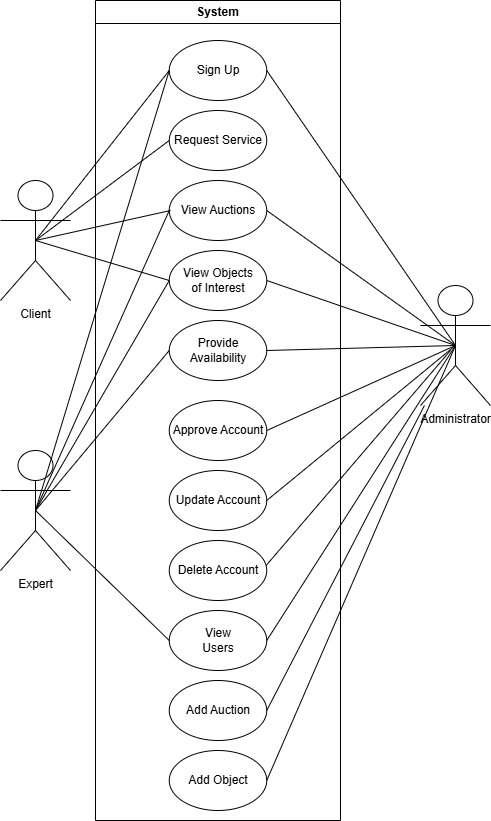
Before: artifacts/UseCaseDiagram/UseCaseDiagram.png, a diagram exported from draw.io (benjaminsunliu/chillmates-soen-342). Source tidied: cells renumbered, new cells last; positions are measured from the earlier drawing's top-left corner, leaving out a move shared by most shapes. The source it was exported from:
```xml
<mxGraphModel>
  <root>
    <mxCell id="0" />
    <mxCell id="1" parent="0" />
    <mxCell id="2" value="System" style="swimlane;whiteSpace=wrap;html=1;" parent="1" vertex="1">
      <mxGeometry x="95" width="245" height="820" as="geometry" />
    </mxCell>
    <mxCell id="3" value="Sign Up" style="ellipse;whiteSpace=wrap;html=1;" parent="2" vertex="1">
      <mxGeometry x="73.8" y="40" width="97.5" height="60" as="geometry" />
    </mxCell>
    <mxCell id="4" value="Request Service" style="ellipse;whiteSpace=wrap;html=1;" parent="2" vertex="1">
      <mxGeometry x="73.8" y="110" width="97.5" height="60" as="geometry" />
    </mxCell>
    <mxCell id="5" value="View Auctions" style="ellipse;whiteSpace=wrap;html=1;" parent="2" vertex="1">
      <mxGeometry x="73.8" y="180" width="97.5" height="60" as="geometry" />
    </mxCell>
    <mxCell id="6" value="View Objects&lt;div&gt;of Interest&lt;/div&gt;" style="ellipse;whiteSpace=wrap;html=1;" parent="2" vertex="1">
      <mxGeometry x="73.8" y="250" width="97.5" height="60" as="geometry" />
    </mxCell>
    <mxCell id="7" value="Approve Account" style="ellipse;whiteSpace=wrap;html=1;" parent="2" vertex="1">
      <mxGeometry x="73.8" y="400" width="97.5" height="60" as="geometry" />
    </mxCell>
    <mxCell id="8" value="Update Account" style="ellipse;whiteSpace=wrap;html=1;" parent="2" vertex="1">
      <mxGeometry x="73.8" y="470" width="97.5" height="60" as="geometry" />
    </mxCell>
    <mxCell id="9" value="Delete Account" style="ellipse;whiteSpace=wrap;html=1;" parent="2" vertex="1">
      <mxGeometry x="73.8" y="540" width="97.5" height="60" as="geometry" />
    </mxCell>
    <mxCell id="10" value="Provide Availability" style="ellipse;whiteSpace=wrap;html=1;" parent="2" vertex="1">
      <mxGeometry x="73.8" y="320" width="97.5" height="60" as="geometry" />
    </mxCell>
    <mxCell id="11" value="View&lt;div&gt;Users&lt;/div&gt;" style="ellipse;whiteSpace=wrap;html=1;" parent="2" vertex="1">
      <mxGeometry x="73.8" y="610" width="97.5" height="60" as="geometry" />
    </mxCell>
    <mxCell id="12" value="Add Auction" style="ellipse;whiteSpace=wrap;html=1;" parent="2" vertex="1">
      <mxGeometry x="73.8" y="680" width="97.5" height="60" as="geometry" />
    </mxCell>
    <mxCell id="13" value="Add Object" style="ellipse;whiteSpace=wrap;html=1;" parent="2" vertex="1">
      <mxGeometry x="73.8" y="750" width="97.5" height="60" as="geometry" />
    </mxCell>
    <mxCell id="14" value="Expert" style="shape=umlActor;verticalLabelPosition=bottom;verticalAlign=top;html=1;outlineConnect=0;" parent="1" vertex="1">
      <mxGeometry y="450" width="70" height="120" as="geometry" />
    </mxCell>
    <mxCell id="15" value="Client" style="shape=umlActor;verticalLabelPosition=bottom;verticalAlign=top;html=1;outlineConnect=0;" parent="1" vertex="1">
      <mxGeometry y="180" width="70" height="120" as="geometry" />
    </mxCell>
    <mxCell id="16" value="Administrator" style="shape=umlActor;verticalLabelPosition=bottom;verticalAlign=top;html=1;outlineConnect=0;" parent="1" vertex="1">
      <mxGeometry x="420" y="285" width="70" height="120" as="geometry" />
    </mxCell>
    <mxCell id="17" style="endArrow=none;html=1;rounded=0;entryX=0;entryY=0.5;entryDx=0;entryDy=0;exitX=0.5;exitY=0.5;exitDx=0;exitDy=0;exitPerimeter=0;" parent="1" edge="1" source="15" target="3">
      <mxGeometry relative="1" as="geometry" />
    </mxCell>
    <mxCell id="18" style="endArrow=none;html=1;rounded=0;entryX=0;entryY=0.5;entryDx=0;entryDy=0;exitX=0.5;exitY=0.5;exitDx=0;exitDy=0;exitPerimeter=0;" parent="1" edge="1" source="14" target="3">
      <mxGeometry relative="1" as="geometry" />
    </mxCell>
    <mxCell id="19" style="endArrow=none;html=1;rounded=0;entryX=0;entryY=0.5;entryDx=0;entryDy=0;exitX=0.5;exitY=0.5;exitDx=0;exitDy=0;exitPerimeter=0;" parent="1" edge="1" source="15" target="4">
      <mxGeometry relative="1" as="geometry" />
    </mxCell>
    <mxCell id="20" style="endArrow=none;html=1;rounded=0;exitX=0.5;exitY=0.5;exitDx=0;exitDy=0;exitPerimeter=0;" parent="1" edge="1" source="15">
      <mxGeometry relative="1" as="geometry">
        <mxPoint x="170" y="210" as="targetPoint" />
      </mxGeometry>
    </mxCell>
    <mxCell id="21" style="endArrow=none;html=1;rounded=0;exitX=0.5;exitY=0.5;exitDx=0;exitDy=0;exitPerimeter=0;entryX=0;entryY=0.5;entryDx=0;entryDy=0;" parent="1" edge="1" source="15" target="6">
      <mxGeometry relative="1" as="geometry" />
    </mxCell>
    <mxCell id="22" style="endArrow=none;html=1;rounded=0;exitX=0.5;exitY=0.5;exitDx=0;exitDy=0;exitPerimeter=0;entryX=0;entryY=0.5;entryDx=0;entryDy=0;" parent="1" edge="1" source="14" target="10">
      <mxGeometry relative="1" as="geometry" />
    </mxCell>
    <mxCell id="23" style="endArrow=none;html=1;rounded=0;entryX=0.5;entryY=0.5;entryDx=0;entryDy=0;entryPerimeter=0;exitX=1;exitY=0.5;exitDx=0;exitDy=0;" parent="1" edge="1" source="10" target="16">
      <mxGeometry relative="1" as="geometry" />
    </mxCell>
    <mxCell id="24" style="endArrow=none;html=1;rounded=0;entryX=0.5;entryY=0.5;entryDx=0;entryDy=0;entryPerimeter=0;exitX=1;exitY=0.5;exitDx=0;exitDy=0;" parent="1" edge="1" source="11" target="16">
      <mxGeometry relative="1" as="geometry" />
    </mxCell>
    <mxCell id="25" style="endArrow=none;html=1;rounded=0;entryX=0.5;entryY=0.5;entryDx=0;entryDy=0;entryPerimeter=0;exitX=1;exitY=0.5;exitDx=0;exitDy=0;" parent="1" edge="1" source="7" target="16">
      <mxGeometry relative="1" as="geometry" />
    </mxCell>
    <mxCell id="26" style="endArrow=none;html=1;rounded=0;entryX=0.5;entryY=0.5;entryDx=0;entryDy=0;entryPerimeter=0;exitX=1;exitY=0.5;exitDx=0;exitDy=0;" parent="1" edge="1" source="8" target="16">
      <mxGeometry relative="1" as="geometry" />
    </mxCell>
    <mxCell id="27" style="endArrow=none;html=1;rounded=0;exitX=0.994;exitY=0.416;exitDx=0;exitDy=0;exitPerimeter=0;" parent="1" edge="1" source="9">
      <mxGeometry relative="1" as="geometry">
        <mxPoint x="450" y="350" as="targetPoint" />
      </mxGeometry>
    </mxCell>
    <mxCell id="28" style="endArrow=none;html=1;rounded=0;entryX=0.5;entryY=0.5;entryDx=0;entryDy=0;entryPerimeter=0;exitX=1;exitY=0.5;exitDx=0;exitDy=0;" parent="1" edge="1" source="3" target="16">
      <mxGeometry relative="1" as="geometry" />
    </mxCell>
    <mxCell id="29" style="endArrow=none;html=1;rounded=0;exitX=1;exitY=0.5;exitDx=0;exitDy=0;" parent="1" edge="1" source="12" target="16">
      <mxGeometry relative="1" as="geometry" />
    </mxCell>
    <mxCell id="30" style="endArrow=none;html=1;rounded=0;entryX=0.5;entryY=0.5;entryDx=0;entryDy=0;entryPerimeter=0;exitX=1;exitY=0.5;exitDx=0;exitDy=0;" parent="1" edge="1" source="13" target="16">
      <mxGeometry relative="1" as="geometry" />
    </mxCell>
    <mxCell id="31" style="endArrow=none;html=1;rounded=0;exitX=0.5;exitY=0.5;exitDx=0;exitDy=0;exitPerimeter=0;entryX=0;entryY=0.5;entryDx=0;entryDy=0;" parent="1" edge="1" source="14" target="6">
      <mxGeometry relative="1" as="geometry" />
    </mxCell>
    <mxCell id="32" style="endArrow=none;html=1;rounded=0;exitX=0.5;exitY=0.5;exitDx=0;exitDy=0;exitPerimeter=0;entryX=0;entryY=0.5;entryDx=0;entryDy=0;" parent="1" edge="1" source="14" target="5">
      <mxGeometry relative="1" as="geometry" />
    </mxCell>
    <mxCell id="33" style="endArrow=none;html=1;rounded=0;exitX=0.5;exitY=0.5;exitDx=0;exitDy=0;exitPerimeter=0;entryX=1;entryY=0.5;entryDx=0;entryDy=0;" parent="1" edge="1" source="16" target="6">
      <mxGeometry relative="1" as="geometry" />
    </mxCell>
    <mxCell id="34" style="endArrow=none;html=1;rounded=0;exitX=1;exitY=0.5;exitDx=0;exitDy=0;entryX=0.5;entryY=0.5;entryDx=0;entryDy=0;entryPerimeter=0;" parent="1" edge="1" source="5" target="16">
      <mxGeometry relative="1" as="geometry" />
    </mxCell>
    <mxCell id="35" style="endArrow=none;html=1;rounded=0;exitX=0.5;exitY=0.5;exitDx=0;exitDy=0;exitPerimeter=0;entryX=0;entryY=0.5;entryDx=0;entryDy=0;" parent="1" edge="1" source="14" target="11">
      <mxGeometry relative="1" as="geometry" />
    </mxCell>
  </root>
</mxGraphModel>
```
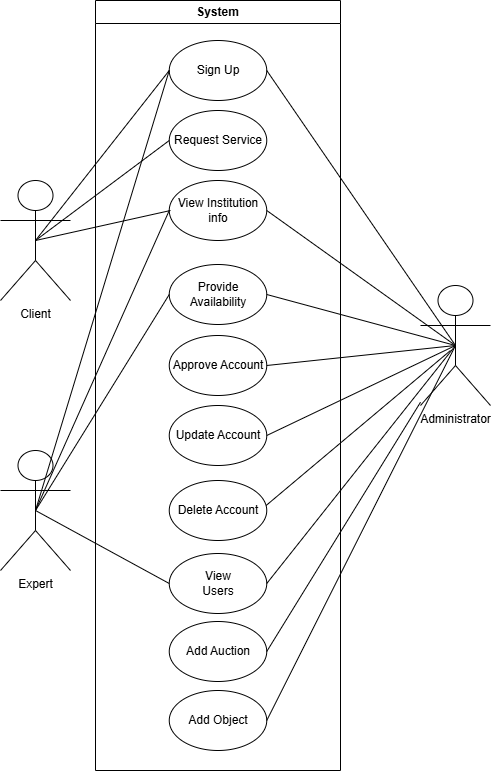
The same file after the commit.

Commit message:
Added addAuction ssd and refactored use case diagram

Diff of the diagram source:
```diff
@@ -3,7 +3,7 @@
     <mxCell id="0" />
     <mxCell id="1" parent="0" />
     <mxCell id="2" value="System" style="swimlane;whiteSpace=wrap;html=1;" parent="1" vertex="1">
-      <mxGeometry x="95" width="245" height="820" as="geometry" />
+      <mxGeometry x="95" width="245" height="770" as="geometry" />
     </mxCell>
     <mxCell id="3" value="Sign Up" style="ellipse;whiteSpace=wrap;html=1;" parent="2" vertex="1">
       <mxGeometry x="73.8" y="40" width="97.5" height="60" as="geometry" />
@@ -11,33 +11,30 @@
     <mxCell id="4" value="Request Service" style="ellipse;whiteSpace=wrap;html=1;" parent="2" vertex="1">
       <mxGeometry x="73.8" y="110" width="97.5" height="60" as="geometry" />
     </mxCell>
-    <mxCell id="5" value="View Auctions" style="ellipse;whiteSpace=wrap;html=1;" parent="2" vertex="1">
-      <mxGeometry x="73.8" y="180" width="97.5" height="60" as="geometry" />
-    </mxCell>
-    <mxCell id="6" value="View Objects&lt;div&gt;of Interest&lt;/div&gt;" style="ellipse;whiteSpace=wrap;html=1;" parent="2" vertex="1">
-      <mxGeometry x="73.8" y="250" width="97.5" height="60" as="geometry" />
-    </mxCell>
     <mxCell id="7" value="Approve Account" style="ellipse;whiteSpace=wrap;html=1;" parent="2" vertex="1">
-      <mxGeometry x="73.8" y="400" width="97.5" height="60" as="geometry" />
+      <mxGeometry x="73.8" y="335" width="97.5" height="60" as="geometry" />
     </mxCell>
     <mxCell id="8" value="Update Account" style="ellipse;whiteSpace=wrap;html=1;" parent="2" vertex="1">
-      <mxGeometry x="73.8" y="470" width="97.5" height="60" as="geometry" />
+      <mxGeometry x="73.8" y="405" width="97.5" height="60" as="geometry" />
     </mxCell>
     <mxCell id="9" value="Delete Account" style="ellipse;whiteSpace=wrap;html=1;" parent="2" vertex="1">
-      <mxGeometry x="73.8" y="540" width="97.5" height="60" as="geometry" />
+      <mxGeometry x="73.8" y="480" width="97.5" height="60" as="geometry" />
     </mxCell>
     <mxCell id="10" value="Provide Availability" style="ellipse;whiteSpace=wrap;html=1;" parent="2" vertex="1">
-      <mxGeometry x="73.8" y="320" width="97.5" height="60" as="geometry" />
+      <mxGeometry x="73.8" y="264" width="97.5" height="60" as="geometry" />
     </mxCell>
     <mxCell id="11" value="View&lt;div&gt;Users&lt;/div&gt;" style="ellipse;whiteSpace=wrap;html=1;" parent="2" vertex="1">
-      <mxGeometry x="73.8" y="610" width="97.5" height="60" as="geometry" />
+      <mxGeometry x="73.8" y="553" width="97.5" height="60" as="geometry" />
     </mxCell>
     <mxCell id="12" value="Add Auction" style="ellipse;whiteSpace=wrap;html=1;" parent="2" vertex="1">
-      <mxGeometry x="73.8" y="680" width="97.5" height="60" as="geometry" />
+      <mxGeometry x="73.8" y="621" width="97.5" height="60" as="geometry" />
     </mxCell>
     <mxCell id="13" value="Add Object" style="ellipse;whiteSpace=wrap;html=1;" parent="2" vertex="1">
-      <mxGeometry x="73.8" y="750" width="97.5" height="60" as="geometry" />
+      <mxGeometry x="73.8" y="690" width="97.5" height="60" as="geometry" />
     </mxCell>
+    <mxCell id="36" value="View Institution&lt;div&gt;info&lt;/div&gt;" style="ellipse;whiteSpace=wrap;html=1;" parent="2" vertex="1">
+      <mxGeometry x="73.8" y="180" width="97.5" height="60" as="geometry" />
+    </mxCell>
     <mxCell id="14" value="Expert" style="shape=umlActor;verticalLabelPosition=bottom;verticalAlign=top;html=1;outlineConnect=0;" parent="1" vertex="1">
       <mxGeometry y="450" width="70" height="120" as="geometry" />
     </mxCell>
@@ -61,9 +58,6 @@
         <mxPoint x="170" y="210" as="targetPoint" />
       </mxGeometry>
     </mxCell>
-    <mxCell id="21" style="endArrow=none;html=1;rounded=0;exitX=0.5;exitY=0.5;exitDx=0;exitDy=0;exitPerimeter=0;entryX=0;entryY=0.5;entryDx=0;entryDy=0;" parent="1" edge="1" source="15" target="6">
-      <mxGeometry relative="1" as="geometry" />
-    </mxCell>
     <mxCell id="22" style="endArrow=none;html=1;rounded=0;exitX=0.5;exitY=0.5;exitDx=0;exitDy=0;exitPerimeter=0;entryX=0;entryY=0.5;entryDx=0;entryDy=0;" parent="1" edge="1" source="14" target="10">
       <mxGeometry relative="1" as="geometry" />
     </mxCell>
@@ -93,17 +87,15 @@
     <mxCell id="30" style="endArrow=none;html=1;rounded=0;entryX=0.5;entryY=0.5;entryDx=0;entryDy=0;entryPerimeter=0;exitX=1;exitY=0.5;exitDx=0;exitDy=0;" parent="1" edge="1" source="13" target="16">
       <mxGeometry relative="1" as="geometry" />
     </mxCell>
-    <mxCell id="31" style="endArrow=none;html=1;rounded=0;exitX=0.5;exitY=0.5;exitDx=0;exitDy=0;exitPerimeter=0;entryX=0;entryY=0.5;entryDx=0;entryDy=0;" parent="1" edge="1" source="14" target="6">
-      <mxGeometry relative="1" as="geometry" />
-    </mxCell>
-    <mxCell id="32" style="endArrow=none;html=1;rounded=0;exitX=0.5;exitY=0.5;exitDx=0;exitDy=0;exitPerimeter=0;entryX=0;entryY=0.5;entryDx=0;entryDy=0;" parent="1" edge="1" source="14" target="5">
-      <mxGeometry relative="1" as="geometry" />
+    <mxCell id="32" style="endArrow=none;html=1;rounded=0;exitX=0.5;exitY=0.5;exitDx=0;exitDy=0;exitPerimeter=0;entryX=0;entryY=0.5;entryDx=0;entryDy=0;" parent="1" edge="1" source="14">
+      <mxGeometry relative="1" as="geometry">
+        <mxPoint x="168.7" y="210" as="targetPoint" />
+      </mxGeometry>
     </mxCell>
-    <mxCell id="33" style="endArrow=none;html=1;rounded=0;exitX=0.5;exitY=0.5;exitDx=0;exitDy=0;exitPerimeter=0;entryX=1;entryY=0.5;entryDx=0;entryDy=0;" parent="1" edge="1" source="16" target="6">
-      <mxGeometry relative="1" as="geometry" />
-    </mxCell>
-    <mxCell id="34" style="endArrow=none;html=1;rounded=0;exitX=1;exitY=0.5;exitDx=0;exitDy=0;entryX=0.5;entryY=0.5;entryDx=0;entryDy=0;entryPerimeter=0;" parent="1" edge="1" source="5" target="16">
-      <mxGeometry relative="1" as="geometry" />
+    <mxCell id="34" style="endArrow=none;html=1;rounded=0;exitX=1;exitY=0.5;exitDx=0;exitDy=0;entryX=0.5;entryY=0.5;entryDx=0;entryDy=0;entryPerimeter=0;" parent="1" edge="1" target="16">
+      <mxGeometry relative="1" as="geometry">
+        <mxPoint x="266.2" y="210" as="sourcePoint" />
+      </mxGeometry>
     </mxCell>
     <mxCell id="35" style="endArrow=none;html=1;rounded=0;exitX=0.5;exitY=0.5;exitDx=0;exitDy=0;exitPerimeter=0;entryX=0;entryY=0.5;entryDx=0;entryDy=0;" parent="1" edge="1" source="14" target="11">
       <mxGeometry relative="1" as="geometry" />
```
